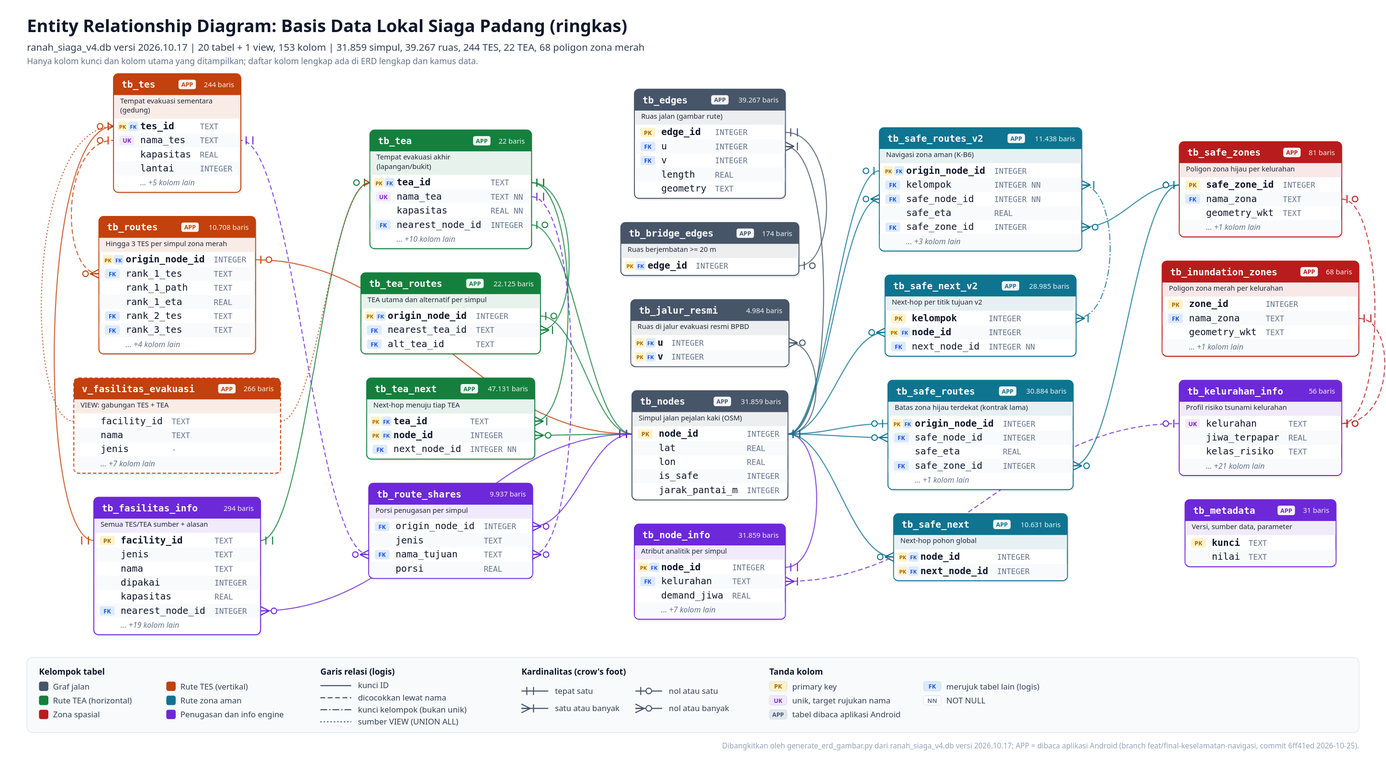
Above: docs/erd/erd_siaga_padang_ringkas.svg in AkuSukaProject/core-siaga-padang (PlantUML), before the change. Its source is kept beside it as docs/erd/erd_siaga_padang_ringkas.puml.
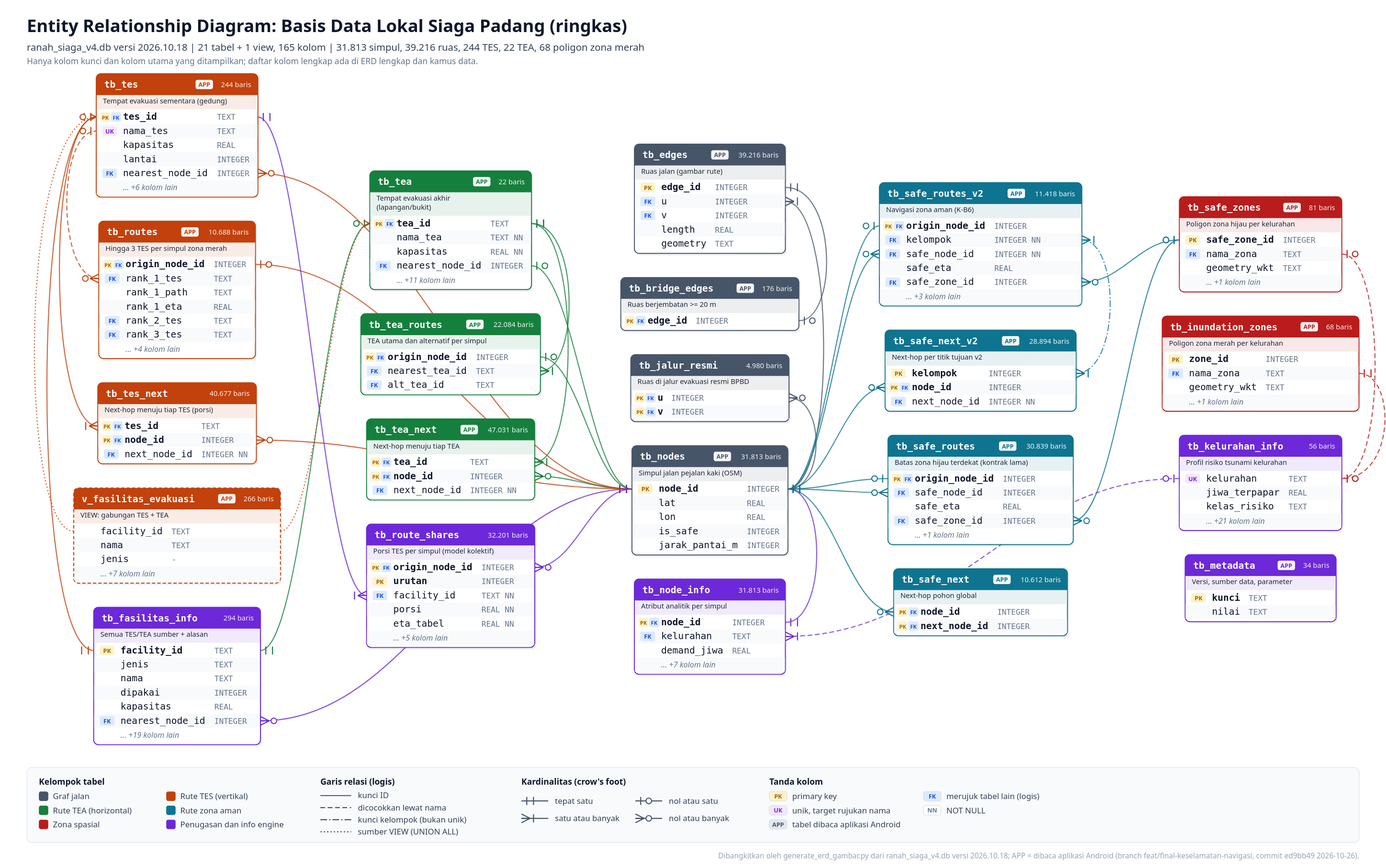
After the change.

What changed in the source:
```diff
@@ -46,10 +46,10 @@
   FontColor<<info>> #6d28d9
 }
 
-title Basis Data Lokal Siaga Padang (ranah_siaga_v4.db versi 2026.10.17) - ringkas
+title Basis Data Lokal Siaga Padang (ranah_siaga_v4.db versi 2026.10.18) - ringkas
 
 package "Graf jalan" {
-  entity "tb_edges\n<size:10><color:#64748b>39.267 baris · APP</color></size>" as tb_edges <<graf>> {
+  entity "tb_edges\n<size:10><color:#64748b>39.216 baris · APP</color></size>" as tb_edges <<graf>> {
     * edge_id : INTEGER <<PK>>
     --
     u : INTEGER <<FK>>
@@ -57,14 +57,14 @@
     length : REAL
     geometry : TEXT
   }
-  entity "tb_bridge_edges\n<size:10><color:#64748b>174 baris · APP</color></size>" as tb_bridge_edges <<graf>> {
+  entity "tb_bridge_edges\n<size:10><color:#64748b>176 baris · APP</color></size>" as tb_bridge_edges <<graf>> {
     * edge_id : INTEGER <<PK,FK>>
   }
-  entity "tb_jalur_resmi\n<size:10><color:#64748b>4.984 baris</color></size>" as tb_jalur_resmi <<graf>> {
+  entity "tb_jalur_resmi\n<size:10><color:#64748b>4.980 baris</color></size>" as tb_jalur_resmi <<graf>> {
     * u : INTEGER <<PK,FK>>
     * v : INTEGER <<PK,FK>>
   }
-  entity "tb_nodes\n<size:10><color:#64748b>31.859 baris · APP</color></size>" as tb_nodes <<graf>> {
+  entity "tb_nodes\n<size:10><color:#64748b>31.813 baris · APP</color></size>" as tb_nodes <<graf>> {
     * node_id : INTEGER <<PK>>
     --
     lat : REAL
@@ -81,9 +81,10 @@
     nama_tes : TEXT <<UK>>
     kapasitas : REAL
     lantai : INTEGER
-    <i>... +5 kolom lain</i>
+    nearest_node_id : INTEGER <<FK>>
+    <i>... +6 kolom lain</i>
   }
-  entity "tb_routes\n<size:10><color:#64748b>10.708 baris · APP</color></size>" as tb_routes <<tes>> {
+  entity "tb_routes\n<size:10><color:#64748b>10.688 baris · APP</color></size>" as tb_routes <<tes>> {
     * origin_node_id : INTEGER <<PK,FK>>
     --
     rank_1_tes : TEXT <<FK>>
@@ -92,6 +93,12 @@
     rank_2_tes : TEXT <<FK>>
     rank_3_tes : TEXT <<FK>>
     <i>... +4 kolom lain</i>
+  }
+  entity "tb_tes_next\n<size:10><color:#64748b>40.677 baris</color></size>" as tb_tes_next <<tes>> {
+    * tes_id : TEXT <<PK,FK>>
+    * node_id : INTEGER <<PK,FK>>
+    --
+    * next_node_id : INTEGER <<FK>>
   }
   entity "v_fasilitas_evakuasi\n<size:10><color:#64748b>266 baris · VIEW · APP</color></size>" as v_fasilitas_evakuasi <<tes>> {
     facility_id : TEXT
@@ -105,18 +112,18 @@
   entity "tb_tea\n<size:10><color:#64748b>22 baris · APP</color></size>" as tb_tea <<tea>> {
     * tea_id : TEXT <<PK,FK>>
     --
-    * nama_tea : TEXT <<UK>>
+    * nama_tea : TEXT
     * kapasitas : REAL
     nearest_node_id : INTEGER <<FK>>
-    <i>... +10 kolom lain</i>
+    <i>... +11 kolom lain</i>
   }
-  entity "tb_tea_routes\n<size:10><color:#64748b>22.125 baris · APP</color></size>" as tb_tea_routes <<tea>> {
+  entity "tb_tea_routes\n<size:10><color:#64748b>22.084 baris · APP</color></size>" as tb_tea_routes <<tea>> {
     * origin_node_id : INTEGER <<PK,FK>>
     --
     nearest_tea_id : TEXT <<FK>>
     alt_tea_id : TEXT <<FK>>
   }
-  entity "tb_tea_next\n<size:10><color:#64748b>47.131 baris · APP</color></size>" as tb_tea_next <<tea>> {
+  entity "tb_tea_next\n<size:10><color:#64748b>47.031 baris · APP</color></size>" as tb_tea_next <<tea>> {
     * tea_id : TEXT <<PK,FK>>
     * node_id : INTEGER <<PK,FK>>
     --
@@ -125,7 +132,7 @@
 }
 
 package "Rute zona aman" {
-  entity "tb_safe_routes_v2\n<size:10><color:#64748b>11.438 baris · APP</color></size>" as tb_safe_routes_v2 <<aman>> {
+  entity "tb_safe_routes_v2\n<size:10><color:#64748b>11.418 baris · APP</color></size>" as tb_safe_routes_v2 <<aman>> {
     * origin_node_id : INTEGER <<PK,FK>>
     --
     * kelompok : INTEGER <<FK>>
@@ -134,13 +141,13 @@
     safe_zone_id : INTEGER <<FK>>
     <i>... +3 kolom lain</i>
   }
-  entity "tb_safe_next_v2\n<size:10><color:#64748b>28.985 baris · APP</color></size>" as tb_safe_next_v2 <<aman>> {
+  entity "tb_safe_next_v2\n<size:10><color:#64748b>28.894 baris · APP</color></size>" as tb_safe_next_v2 <<aman>> {
     * kelompok : INTEGER <<PK>>
     * node_id : INTEGER <<PK,FK>>
     --
     * next_node_id : INTEGER <<FK>>
   }
-  entity "tb_safe_routes\n<size:10><color:#64748b>30.884 baris · APP</color></size>" as tb_safe_routes <<aman>> {
+  entity "tb_safe_routes\n<size:10><color:#64748b>30.839 baris · APP</color></size>" as tb_safe_routes <<aman>> {
     * origin_node_id : INTEGER <<PK,FK>>
     --
     safe_node_id : INTEGER <<FK>>
@@ -148,7 +155,7 @@
     safe_zone_id : INTEGER <<FK>>
     <i>... +1 kolom lain</i>
   }
-  entity "tb_safe_next\n<size:10><color:#64748b>10.631 baris · APP</color></size>" as tb_safe_next <<aman>> {
+  entity "tb_safe_next\n<size:10><color:#64748b>10.612 baris · APP</color></size>" as tb_safe_next <<aman>> {
     * node_id : INTEGER <<PK,FK>>
     * next_node_id : INTEGER <<PK,FK>>
   }
@@ -182,13 +189,16 @@
     nearest_node_id : INTEGER <<FK>>
     <i>... +19 kolom lain</i>
   }
-  entity "tb_route_shares\n<size:10><color:#64748b>9.937 baris</color></size>" as tb_route_shares <<info>> {
-    origin_node_id : INTEGER <<FK>>
-    jenis : TEXT
-    nama_tujuan : TEXT <<FK>>
-    porsi : REAL
+  entity "tb_route_shares\n<size:10><color:#64748b>32.201 baris</color></size>" as tb_route_shares <<info>> {
+    * origin_node_id : INTEGER <<PK,FK>>
+    * urutan : INTEGER <<PK>>
+    --
+    * facility_id : TEXT <<FK>>
+    * porsi : REAL
+    * eta_tabel : REAL
+    <i>... +5 kolom lain</i>
   }
-  entity "tb_node_info\n<size:10><color:#64748b>31.859 baris</color></size>" as tb_node_info <<info>> {
+  entity "tb_node_info\n<size:10><color:#64748b>31.813 baris</color></size>" as tb_node_info <<info>> {
     * node_id : INTEGER <<PK,FK>>
     --
     kelurahan : TEXT <<FK>>
@@ -201,7 +211,7 @@
     kelas_risiko : TEXT
     <i>... +21 kolom lain</i>
   }
-  entity "tb_metadata\n<size:10><color:#64748b>31 baris · APP</color></size>" as tb_metadata <<info>> {
+  entity "tb_metadata\n<size:10><color:#64748b>34 baris · APP</color></size>" as tb_metadata <<info>> {
     * kunci : TEXT <<PK>>
     --
     nilai : TEXT
@@ -220,8 +230,10 @@
 tb_tea_next }|--|| tb_tea : "tea_id → tea_id"
 tb_tea_next }o--|| tb_nodes : "node_id, next_node_id → node_id"
 tb_route_shares }o--|| tb_nodes : "origin_node_id → node_id"
-tb_route_shares }o..|| tb_tes : "nama_tujuan → nama_tes"
-tb_route_shares }o..|| tb_tea : "nama_tujuan → nama_tea"
+tb_route_shares }|--|| tb_tes : "facility_id → tes_id"
+tb_tes_next }|--|| tb_tes : "tes_id → tes_id"
+tb_tes_next }o--|| tb_nodes : "node_id, next_node_id → node_id"
+tb_tes }o--|| tb_nodes : "nearest_node_id → node_id"
 tb_safe_routes_v2 |o--|| tb_nodes : "origin_node_id → node_id"
 tb_safe_routes_v2 }o--|| tb_nodes : "safe_node_id → node_id"
 tb_safe_routes_v2 }|..|{ tb_safe_next_v2 : "kelompok → kelompok"
```
